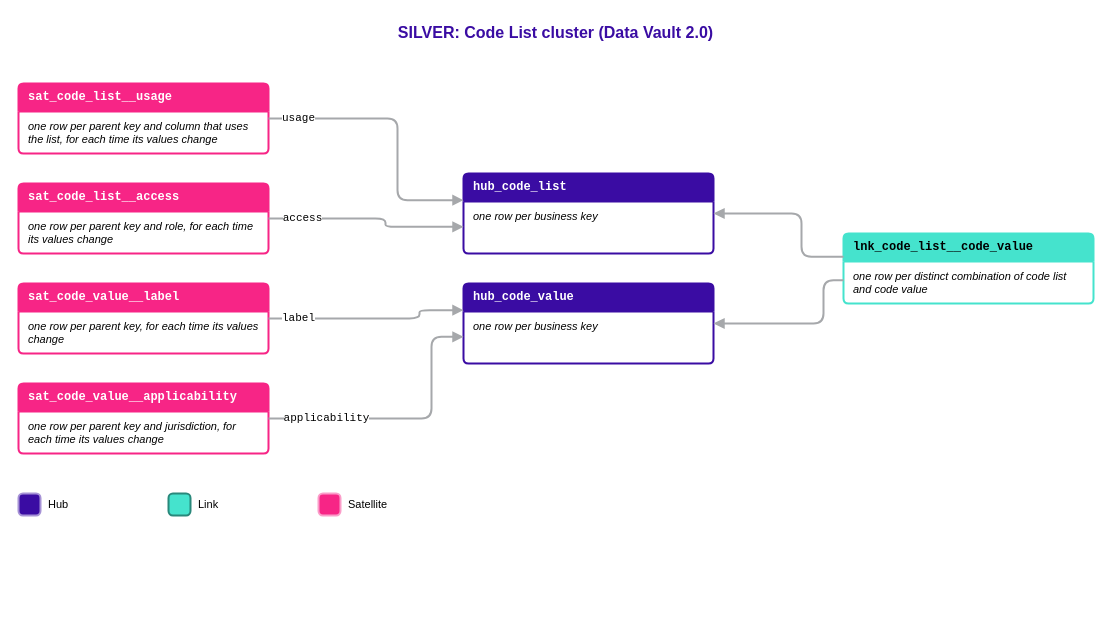
Before: Rosetta/Business_Objects/drawio/Diagrams_Code_List_Simplified.drawio in luisruizML/documents, a draw.io diagram. Source tidied: cells renumbered, new cells numbered last; positions are measured from the earlier drawing's top-left corner, leaving out a move shared by most shapes. Both pictures are drawn from the tidied source at 100%, with x=0, y=0 at pixel (18, 17).
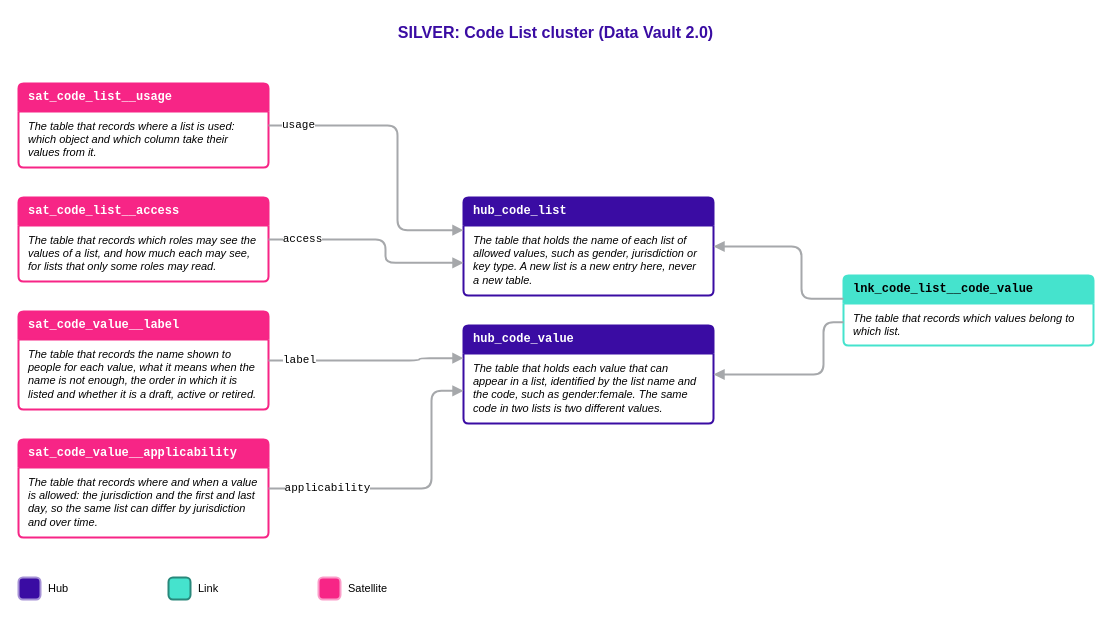
After the change.

The edit, as a diff of the source:
```diff
@@
     <mxCell id="3" value="hub_code_list" style="swimlane;html=1;whiteSpace=wrap;rounded=1;arcSize=6;startSize=28;fillColor=#3A0CA3;swimlaneFillColor=#FFFFFF;strokeColor=#3A0CA3;strokeWidth=2;fontFamily=Courier New;fontSize=12;fontStyle=1;fontColor=#FFFFFF;align=left;spacingLeft=8;" parent="1" vertex="1">
-      <mxGeometry x="445" y="156" width="250" height="80" as="geometry" />
+      <mxGeometry x="445" y="180" width="250" height="98" as="geometry" />
     </mxCell>
-    <mxCell id="4" value="one row per business key" style="text;html=1;whiteSpace=wrap;align=left;verticalAlign=top;fontFamily=Arial;fontSize=11;fontStyle=2;fontColor=#000000;spacingLeft=8;spacingRight=8;" parent="3" vertex="1">
-      <mxGeometry y="30" width="250" height="20" as="geometry" />
+    <mxCell id="4" value="The table that holds the name of each list of allowed values, such as gender, jurisdiction or key type. A new list is a new entry here, never a new table." style="text;html=1;whiteSpace=wrap;align=left;verticalAlign=top;fontFamily=Arial;fontSize=11;fontStyle=2;fontColor=#000000;spacingLeft=8;spacingRight=8;" parent="3" vertex="1">
+      <mxGeometry y="30" width="250" height="62" as="geometry" />
     </mxCell>
     <mxCell id="5" value="hub_code_value" style="swimlane;html=1;whiteSpace=wrap;rounded=1;arcSize=6;startSize=28;fillColor=#3A0CA3;swimlaneFillColor=#FFFFFF;strokeColor=#3A0CA3;strokeWidth=2;fontFamily=Courier New;fontSize=12;fontStyle=1;fontColor=#FFFFFF;align=left;spacingLeft=8;" parent="1" vertex="1">
-      <mxGeometry x="445" y="266" width="250" height="80" as="geometry" />
+      <mxGeometry x="445" y="308" width="250" height="98" as="geometry" />
     </mxCell>
-    <mxCell id="6" value="one row per business key" style="text;html=1;whiteSpace=wrap;align=left;verticalAlign=top;fontFamily=Arial;fontSize=11;fontStyle=2;fontColor=#000000;spacingLeft=8;spacingRight=8;" parent="5" vertex="1">
-      <mxGeometry y="30" width="250" height="20" as="geometry" />
+    <mxCell id="6" value="The table that holds each value that can appear in a list, identified by the list name and the code, such as gender:female. The same code in two lists is two different values." style="text;html=1;whiteSpace=wrap;align=left;verticalAlign=top;fontFamily=Arial;fontSize=11;fontStyle=2;fontColor=#000000;spacingLeft=8;spacingRight=8;" parent="5" vertex="1">
+      <mxGeometry y="30" width="250" height="62" as="geometry" />
     </mxCell>
     <mxCell id="7" value="lnk_code_list__code_value" style="swimlane;html=1;whiteSpace=wrap;rounded=1;arcSize=6;startSize=28;fillColor=#45E3CD;swimlaneFillColor=#FFFFFF;strokeColor=#45E3CD;strokeWidth=2;fontFamily=Courier New;fontSize=12;fontStyle=1;fontColor=#000000;align=left;spacingLeft=8;" parent="1" vertex="1">
-      <mxGeometry x="825" y="216" width="250" height="70" as="geometry" />
+      <mxGeometry x="825" y="258" width="250" height="70" as="geometry" />
     </mxCell>
-    <mxCell id="8" value="one row per distinct combination of code list and code value" style="text;html=1;whiteSpace=wrap;align=left;verticalAlign=top;fontFamily=Arial;fontSize=11;fontStyle=2;fontColor=#000000;spacingLeft=8;spacingRight=8;" parent="7" vertex="1">
+    <mxCell id="8" value="The table that records which values belong to which list." style="text;html=1;whiteSpace=wrap;align=left;verticalAlign=top;fontFamily=Arial;fontSize=11;fontStyle=2;fontColor=#000000;spacingLeft=8;spacingRight=8;" parent="7" vertex="1">
       <mxGeometry y="30" width="250" height="34" as="geometry" />
     </mxCell>
     <mxCell id="9" value="sat_code_value__label" style="swimlane;html=1;whiteSpace=wrap;rounded=1;arcSize=6;startSize=28;fillColor=#F72586;swimlaneFillColor=#FFFFFF;strokeColor=#F72586;strokeWidth=2;fontFamily=Courier New;fontSize=12;fontStyle=1;fontColor=#FFFFFF;align=left;spacingLeft=8;" parent="1" vertex="1">
-      <mxGeometry y="266" width="250" height="70" as="geometry" />
+      <mxGeometry y="294" width="250" height="98" as="geometry" />
     </mxCell>
-    <mxCell id="10" value="one row per parent key, for each time its values change" style="text;html=1;whiteSpace=wrap;align=left;verticalAlign=top;fontFamily=Arial;fontSize=11;fontStyle=2;fontColor=#000000;spacingLeft=8;spacingRight=8;" parent="9" vertex="1">
-      <mxGeometry y="30" width="250" height="34" as="geometry" />
+    <mxCell id="10" value="The table that records the name shown to people for each value, what it means when the name is not enough, the order in which it is listed and whether it is a draft, active or retired." style="text;html=1;whiteSpace=wrap;align=left;verticalAlign=top;fontFamily=Arial;fontSize=11;fontStyle=2;fontColor=#000000;spacingLeft=8;spacingRight=8;" parent="9" vertex="1">
+      <mxGeometry y="30" width="250" height="62" as="geometry" />
     </mxCell>
     <mxCell id="11" value="sat_code_value__applicability" style="swimlane;html=1;whiteSpace=wrap;rounded=1;arcSize=6;startSize=28;fillColor=#F72586;swimlaneFillColor=#FFFFFF;strokeColor=#F72586;strokeWidth=2;fontFamily=Courier New;fontSize=12;fontStyle=1;fontColor=#FFFFFF;align=left;spacingLeft=8;" parent="1" vertex="1">
-      <mxGeometry y="366" width="250" height="70" as="geometry" />
+      <mxGeometry y="422" width="250" height="98" as="geometry" />
     </mxCell>
-    <mxCell id="12" value="one row per parent key and jurisdiction, for each time its values change" style="text;html=1;whiteSpace=wrap;align=left;verticalAlign=top;fontFamily=Arial;fontSize=11;fontStyle=2;fontColor=#000000;spacingLeft=8;spacingRight=8;" parent="11" vertex="1">
-      <mxGeometry y="30" width="250" height="34" as="geometry" />
+    <mxCell id="12" value="The table that records where and when a value is allowed: the jurisdiction and the first and last day, so the same list can differ by jurisdiction and over time." style="text;html=1;whiteSpace=wrap;align=left;verticalAlign=top;fontFamily=Arial;fontSize=11;fontStyle=2;fontColor=#000000;spacingLeft=8;spacingRight=8;" parent="11" vertex="1">
+      <mxGeometry y="30" width="250" height="62" as="geometry" />
     </mxCell>
     <mxCell id="13" value="sat_code_list__usage" style="swimlane;html=1;whiteSpace=wrap;rounded=1;arcSize=6;startSize=28;fillColor=#F72586;swimlaneFillColor=#FFFFFF;strokeColor=#F72586;strokeWidth=2;fontFamily=Courier New;fontSize=12;fontStyle=1;fontColor=#FFFFFF;align=left;spacingLeft=8;" parent="1" vertex="1">
-      <mxGeometry y="66" width="250" height="70" as="geometry" />
+      <mxGeometry y="66" width="250" height="84" as="geometry" />
     </mxCell>
-    <mxCell id="14" value="one row per parent key and column that uses the list, for each time its values change" style="text;html=1;whiteSpace=wrap;align=left;verticalAlign=top;fontFamily=Arial;fontSize=11;fontStyle=2;fontColor=#000000;spacingLeft=8;spacingRight=8;" parent="13" vertex="1">
-      <mxGeometry y="30" width="250" height="34" as="geometry" />
+    <mxCell id="14" value="The table that records where a list is used: which object and which column take their values from it." style="text;html=1;whiteSpace=wrap;align=left;verticalAlign=top;fontFamily=Arial;fontSize=11;fontStyle=2;fontColor=#000000;spacingLeft=8;spacingRight=8;" parent="13" vertex="1">
+      <mxGeometry y="30" width="250" height="48" as="geometry" />
     </mxCell>
     <mxCell id="15" value="sat_code_list__access" style="swimlane;html=1;whiteSpace=wrap;rounded=1;arcSize=6;startSize=28;fillColor=#F72586;swimlaneFillColor=#FFFFFF;strokeColor=#F72586;strokeWidth=2;fontFamily=Courier New;fontSize=12;fontStyle=1;fontColor=#FFFFFF;align=left;spacingLeft=8;" parent="1" vertex="1">
-      <mxGeometry y="166" width="250" height="70" as="geometry" />
+      <mxGeometry y="180" width="250" height="84" as="geometry" />
     </mxCell>
-    <mxCell id="16" value="one row per parent key and role, for each time its values change" style="text;html=1;whiteSpace=wrap;align=left;verticalAlign=top;fontFamily=Arial;fontSize=11;fontStyle=2;fontColor=#000000;spacingLeft=8;spacingRight=8;" parent="15" vertex="1">
-      <mxGeometry y="30" width="250" height="34" as="geometry" />
+    <mxCell id="16" value="The table that records which roles may see the values of a list, and how much each may see, for lists that only some roles may read." style="text;html=1;whiteSpace=wrap;align=left;verticalAlign=top;fontFamily=Arial;fontSize=11;fontStyle=2;fontColor=#000000;spacingLeft=8;spacingRight=8;" parent="15" vertex="1">
+      <mxGeometry y="30" width="250" height="48" as="geometry" />
     </mxCell>
     <mxCell id="17" style="edgeStyle=orthogonalEdgeStyle;rounded=1;jumpStyle=arc;jumpSize=8;html=1;strokeColor=#A6A8AB;strokeWidth=2;endArrow=block;endFill=1;exitX=0;exitY=0.3333;exitDx=0;exitDy=0;entryX=1;entryY=0.5;entryDx=0;entryDy=0;labelBackgroundColor=#FFFFFF;fontFamily=Courier New;fontSize=11;fontColor=#000000;" parent="1" edge="1" source="7" target="3">
-      <mxGeometry x="-0.88" relative="1" as="geometry">
+      <mxGeometry x="-0.89" relative="1" as="geometry">
         <Array as="points">
-          <mxPoint x="783" y="239.3" />
-          <mxPoint x="783" y="196" />
+          <mxPoint x="783" y="281.3" />
+          <mxPoint x="783" y="229" />
         </Array>
       </mxGeometry>
     </mxCell>
     <mxCell id="18" style="edgeStyle=orthogonalEdgeStyle;rounded=1;jumpStyle=arc;jumpSize=8;html=1;strokeColor=#A6A8AB;strokeWidth=2;endArrow=block;endFill=1;exitX=0;exitY=0.6667;exitDx=0;exitDy=0;entryX=1;entryY=0.5;entryDx=0;entryDy=0;labelBackgroundColor=#FFFFFF;fontFamily=Courier New;fontSize=11;fontColor=#000000;" parent="1" edge="1" source="7" target="5">
-      <mxGeometry x="-0.88" relative="1" as="geometry">
+      <mxGeometry x="-0.89" relative="1" as="geometry">
         <Array as="points">
-          <mxPoint x="805" y="262.7" />
-          <mxPoint x="805" y="306" />
+          <mxPoint x="805" y="304.7" />
+          <mxPoint x="805" y="357" />
         </Array>
       </mxGeometry>
     </mxCell>
     <mxCell id="19" value="label" style="edgeStyle=orthogonalEdgeStyle;rounded=1;jumpStyle=arc;jumpSize=8;html=1;strokeColor=#A6A8AB;strokeWidth=2;endArrow=block;endFill=1;exitX=1;exitY=0.5;exitDx=0;exitDy=0;entryX=0;entryY=0.3333;entryDx=0;entryDy=0;labelBackgroundColor=#FFFFFF;fontFamily=Courier New;fontSize=11;fontColor=#000000;" parent="1" edge="1" source="9" target="5">
-      <mxGeometry x="-0.7" relative="1" as="geometry">
+      <mxGeometry x="-0.69" relative="1" as="geometry">
         <Array as="points">
-          <mxPoint x="401" y="301" />
-          <mxPoint x="401" y="292.7" />
+          <mxPoint x="401" y="343" />
+          <mxPoint x="401" y="340.7" />
         </Array>
       </mxGeometry>
     </mxCell>
     <mxCell id="20" value="applicability" style="edgeStyle=orthogonalEdgeStyle;rounded=1;jumpStyle=arc;jumpSize=8;html=1;strokeColor=#A6A8AB;strokeWidth=2;endArrow=block;endFill=1;exitX=1;exitY=0.5;exitDx=0;exitDy=0;entryX=0;entryY=0.6667;entryDx=0;entryDy=0;labelBackgroundColor=#FFFFFF;fontFamily=Courier New;fontSize=11;fontColor=#000000;" parent="1" edge="1" source="11" target="5">
-      <mxGeometry x="-0.58" relative="1" as="geometry">
+      <mxGeometry x="-0.6" relative="1" as="geometry">
         <Array as="points">
-          <mxPoint x="413" y="401" />
-          <mxPoint x="413" y="319.3" />
+          <mxPoint x="413" y="471" />
+          <mxPoint x="413" y="373.3" />
         </Array>
       </mxGeometry>
     </mxCell>
     <mxCell id="21" value="usage" style="edgeStyle=orthogonalEdgeStyle;rounded=1;jumpStyle=arc;jumpSize=8;html=1;strokeColor=#A6A8AB;strokeWidth=2;endArrow=block;endFill=1;exitX=1;exitY=0.5;exitDx=0;exitDy=0;entryX=0;entryY=0.3333;entryDx=0;entryDy=0;labelBackgroundColor=#FFFFFF;fontFamily=Courier New;fontSize=11;fontColor=#000000;" parent="1" edge="1" source="13" target="3">
-      <mxGeometry x="-0.78" relative="1" as="geometry">
+      <mxGeometry x="-0.8" relative="1" as="geometry">
         <Array as="points">
-          <mxPoint x="379" y="101" />
-          <mxPoint x="379" y="182.7" />
+          <mxPoint x="379" y="108" />
+          <mxPoint x="379" y="212.7" />
         </Array>
       </mxGeometry>
     </mxCell>
     <mxCell id="22" value="access" style="edgeStyle=orthogonalEdgeStyle;rounded=1;jumpStyle=arc;jumpSize=8;html=1;strokeColor=#A6A8AB;strokeWidth=2;endArrow=block;endFill=1;exitX=1;exitY=0.5;exitDx=0;exitDy=0;entryX=0;entryY=0.6667;entryDx=0;entryDy=0;labelBackgroundColor=#FFFFFF;fontFamily=Courier New;fontSize=11;fontColor=#000000;" parent="1" edge="1" source="15" target="3">
-      <mxGeometry x="-0.67" relative="1" as="geometry">
+      <mxGeometry x="-0.69" relative="1" as="geometry">
         <Array as="points">
-          <mxPoint x="367" y="201" />
-          <mxPoint x="367" y="209.3" />
+          <mxPoint x="367" y="222" />
+          <mxPoint x="367" y="245.3" />
         </Array>
       </mxGeometry>
     </mxCell>
     <mxCell id="23" style="rounded=1;arcSize=20;fillColor=#3A0CA3;strokeColor=#A692D6;strokeWidth=2;" parent="1" vertex="1">
-      <mxGeometry y="476" width="22" height="22" as="geometry" />
+      <mxGeometry y="560" width="22" height="22" as="geometry" />
     </mxCell>
     <mxCell id="24" value="Hub" style="text;html=1;align=left;verticalAlign=middle;fontFamily=Arial;fontSize=11;fontColor=#000000;" parent="1" vertex="1">
-      <mxGeometry x="28" y="476" width="110" height="22" as="geometry" />
+      <mxGeometry x="28" y="560" width="110" height="22" as="geometry" />
     </mxCell>
     <mxCell id="25" style="rounded=1;arcSize=20;fillColor=#45E3CD;strokeColor=#29887B;strokeWidth=2;" parent="1" vertex="1">
-      <mxGeometry x="150" y="476" width="22" height="22" as="geometry" />
+      <mxGeometry x="150" y="560" width="22" height="22" as="geometry" />
     </mxCell>
     <mxCell id="26" value="Link" style="text;html=1;align=left;verticalAlign=middle;fontFamily=Arial;fontSize=11;fontColor=#000000;" parent="1" vertex="1">
-      <mxGeometry x="178" y="476" width="110" height="22" as="geometry" />
+      <mxGeometry x="178" y="560" width="110" height="22" as="geometry" />
     </mxCell>
     <mxCell id="27" style="rounded=1;arcSize=20;fillColor=#F72586;strokeColor=#FB9DC9;strokeWidth=2;" parent="1" vertex="1">
-      <mxGeometry x="300" y="476" width="22" height="22" as="geometry" />
+      <mxGeometry x="300" y="560" width="22" height="22" as="geometry" />
     </mxCell>
     <mxCell id="28" value="Satellite" style="text;html=1;align=left;verticalAlign=middle;fontFamily=Arial;fontSize=11;fontColor=#000000;" parent="1" vertex="1">
-      <mxGeometry x="328" y="476" width="110" height="22" as="geometry" />
+      <mxGeometry x="328" y="560" width="110" height="22" as="geometry" />
     </mxCell>
```
